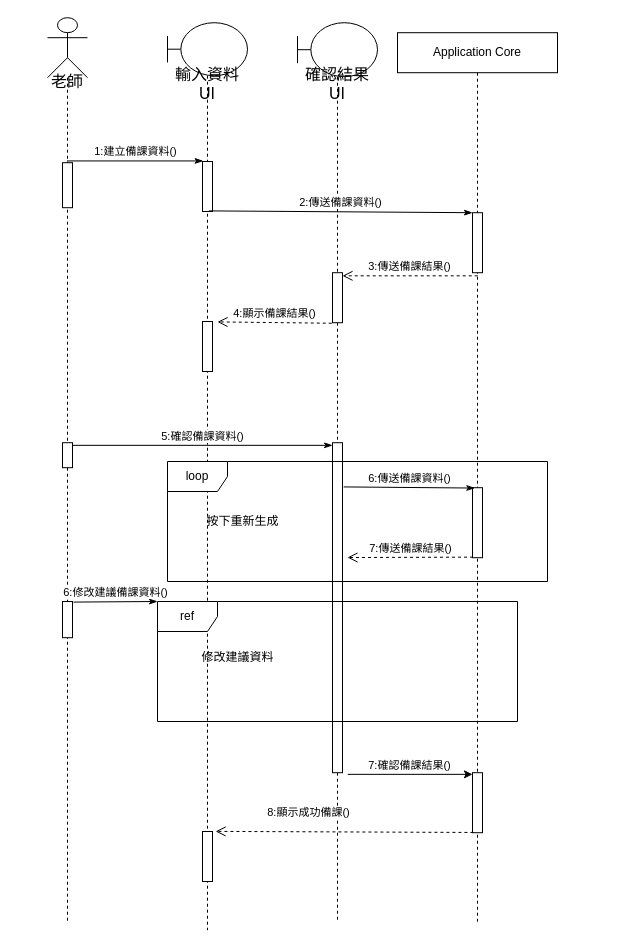
The draw.io diagram UI循序圖(建立備課資料並修改建議資料) copy.drawio in Kevincheng0804/System-analysis, before the edit. Source tidied: cells renumbered, new cells numbered last; positions are measured from the earlier drawing's top-left corner, leaving out a move shared by most shapes. Both pictures are drawn from the tidied source at 100%, with x=0, y=0 at pixel (47, 17).
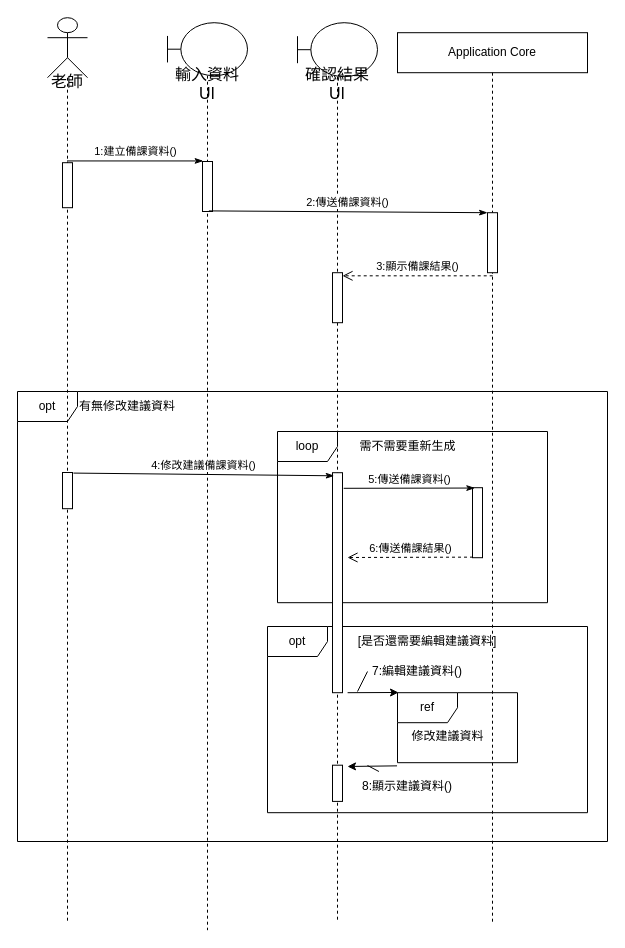
The same diagram, later.

Unchanged cells that the change refers to:
```xml
<mxCell id="2" value="&lt;p&gt;&lt;font style=&quot;font-size: 16px;&quot;&gt;老師&lt;/font&gt;&lt;/p&gt;" style="shape=umlLifeline;participant=umlActor;perimeter=lifelinePerimeter;whiteSpace=wrap;html=1;verticalAlign=top;spacingTop=36;outlineConnect=0;size=60;align=center;" parent="1" vertex="1">
  <mxGeometry y="0.2" width="40" height="905" as="geometry" />
</mxCell>
<mxCell id="6" value="輸入資料UI" style="shape=umlLifeline;participant=umlBoundary;perimeter=lifelinePerimeter;whiteSpace=wrap;html=1;verticalAlign=top;spacingTop=36;fontSize=16;size=53;" parent="1" vertex="1">
  <mxGeometry x="120" y="5.2" width="80" height="907.5" as="geometry" />
</mxCell>
<mxCell id="10" value="確認結果UI" style="shape=umlLifeline;participant=umlBoundary;perimeter=lifelinePerimeter;whiteSpace=wrap;html=1;verticalAlign=top;spacingTop=36;fontSize=16;size=54;" parent="1" vertex="1">
  <mxGeometry x="250" y="5.2" width="80" height="900" as="geometry" />
</mxCell>
<mxCell id="11" style="html=1;points=[];perimeter=orthogonalPerimeter;" parent="10" vertex="1">
  <mxGeometry x="35" y="250" width="10" height="50" as="geometry" />
</mxCell>
<mxCell id="17" style="html=1;points=[];perimeter=orthogonalPerimeter;" parent="15" vertex="1">
  <mxGeometry x="75" y="455" width="10" height="70" as="geometry" />
</mxCell>
```

Change to the diagram source:
```diff
@@
+    <mxCell id="31" value="opt" style="shape=umlFrame;whiteSpace=wrap;html=1;" parent="1" vertex="1">
+      <mxGeometry x="-30" y="374" width="590" height="450" as="geometry" />
+    </mxCell>
@@
-    <mxCell id="4" style="html=1;points=[];perimeter=orthogonalPerimeter;" parent="2" vertex="1">
-      <mxGeometry x="15" y="425" width="10" height="25" as="geometry" />
-    </mxCell>
     <mxCell id="5" style="html=1;points=[];perimeter=orthogonalPerimeter;" parent="2" vertex="1">
-      <mxGeometry x="15" y="583.8" width="10" height="36.2" as="geometry" />
+      <mxGeometry x="15" y="454.8" width="10" height="36.2" as="geometry" />
     </mxCell>
@@
-    <mxCell id="8" style="html=1;points=[];perimeter=orthogonalPerimeter;" parent="6" vertex="1">
-      <mxGeometry x="35" y="808.8" width="10" height="50" as="geometry" />
-    </mxCell>
-    <mxCell id="9" style="html=1;points=[];perimeter=orthogonalPerimeter;" parent="6" vertex="1">
-      <mxGeometry x="35" y="298.8" width="10" height="50" as="geometry" />
-    </mxCell>
@@
-    <mxCell id="12" style="html=1;points=[];perimeter=orthogonalPerimeter;" parent="10" vertex="1">
-      <mxGeometry x="35" y="420" width="10" height="330" as="geometry" />
-    </mxCell>
-    <mxCell id="13" value="ref" style="shape=umlFrame;whiteSpace=wrap;html=1;" parent="10" vertex="1">
-      <mxGeometry x="-140" y="578.8" width="360" height="120" as="geometry" />
-    </mxCell>
-    <mxCell id="14" value="6:修改建議備課資料()" style="html=1;verticalAlign=bottom;endArrow=classicThin;endFill=1;exitX=1.092;exitY=0.016;exitDx=0;exitDy=0;exitPerimeter=0;" parent="10" edge="1" source="5">
-      <mxGeometry relative="1" as="geometry">
-        <mxPoint x="-140" y="578.8" as="targetPoint" />
-      </mxGeometry>
-    </mxCell>
+    <mxCell id="32" style="html=1;perimeter=orthogonalPerimeter;" parent="10" vertex="1">
+      <mxGeometry x="35" y="742.5" width="10" height="36.2" as="geometry" />
+    </mxCell>
     <mxCell id="15" value="Application Core" style="shape=umlLifeline;perimeter=lifelinePerimeter;whiteSpace=wrap;html=1;" parent="1" vertex="1">
-      <mxGeometry x="350" y="15.2" width="160" height="890" as="geometry" />
+      <mxGeometry x="350" y="15.2" width="190" height="890" as="geometry" />
     </mxCell>
+    <mxCell id="33" value="opt" style="shape=umlFrame;whiteSpace=wrap;html=1;" parent="15" vertex="1">
+      <mxGeometry x="-130" y="593.8" width="320" height="186.2" as="geometry" />
+    </mxCell>
     <mxCell id="16" style="html=1;points=[];perimeter=orthogonalPerimeter;" parent="15" vertex="1">
-      <mxGeometry x="75" y="180" width="10" height="60" as="geometry" />
+      <mxGeometry x="90" y="180" width="10" height="60" as="geometry" />
     </mxCell>
@@
-    <mxCell id="18" style="html=1;points=[];perimeter=orthogonalPerimeter;" parent="15" vertex="1">
-      <mxGeometry x="75" y="740" width="10" height="60" as="geometry" />
-    </mxCell>
+    <mxCell id="13" value="ref" style="shape=umlFrame;whiteSpace=wrap;html=1;" parent="15" vertex="1">
+      <mxGeometry y="660" width="120" height="70" as="geometry" />
+    </mxCell>
+    <mxCell id="30" value="修改建議資料" style="text;html=1;align=center;verticalAlign=middle;strokeColor=none;fillColor=none;" parent="15" vertex="1">
+      <mxGeometry y="688.8" width="100" height="30" as="geometry" />
+    </mxCell>
+    <mxCell id="29" value="loop" style="shape=umlFrame;whiteSpace=wrap;html=1;" parent="15" vertex="1">
+      <mxGeometry x="-120" y="398.8" width="270" height="171.2" as="geometry" />
+    </mxCell>
+    <mxCell id="26" value="需不需要重新生成" style="text;html=1;align=center;verticalAlign=middle;strokeColor=none;fillColor=none;" parent="15" vertex="1">
+      <mxGeometry x="-50" y="398.8" width="120" height="30" as="geometry" />
+    </mxCell>
+    <mxCell id="34" style="html=1;perimeter=orthogonalPerimeter;" parent="15" vertex="1">
+      <mxGeometry x="-65" y="440" width="10" height="220" as="geometry" />
+    </mxCell>
+    <mxCell id="35" value="[是否還需要編輯建議資料]" style="text;html=1;align=center;verticalAlign=middle;whiteSpace=wrap;rounded=0;" parent="15" vertex="1">
+      <mxGeometry x="-50" y="593.8" width="160" height="30" as="geometry" />
+    </mxCell>
+    <mxCell id="36" value="7:編輯建議資料()" style="text;html=1;align=center;verticalAlign=middle;whiteSpace=wrap;rounded=0;" parent="15" vertex="1">
+      <mxGeometry x="-30" y="623.8" width="100" height="30" as="geometry" />
+    </mxCell>
+    <mxCell id="37" style="endArrow=classic;html=1;rounded=0;exitX=-0.004;exitY=1.045;exitDx=0;exitDy=0;exitPerimeter=0;elbow=vertical;" parent="15" edge="1" source="13">
+      <mxGeometry relative="1" as="geometry">
+        <mxPoint x="-50" y="733.8" as="targetPoint" />
+      </mxGeometry>
+    </mxCell>
+    <mxCell id="38" value="8:顯示建議資料()" style="text;html=1;align=center;verticalAlign=middle;whiteSpace=wrap;rounded=0;" parent="15" vertex="1">
+      <mxGeometry x="-40" y="738.8" width="100" height="30" as="geometry" />
+    </mxCell>
@@
-    <mxCell id="21" value="3:傳送備課結果()" style="html=1;verticalAlign=bottom;endArrow=open;dashed=1;endSize=8;exitX=0.521;exitY=1.052;exitDx=0;exitDy=0;exitPerimeter=0;" parent="1" edge="1" source="16" target="11">
+    <mxCell id="21" value="3:顯示備課結果()" style="html=1;verticalAlign=bottom;endArrow=open;dashed=1;endSize=8;exitX=0.521;exitY=1.052;exitDx=0;exitDy=0;exitPerimeter=0;" parent="1" edge="1" source="16" target="11">
       <mxGeometry relative="1" as="geometry" />
     </mxCell>
-    <mxCell id="22" value="4:顯示備課結果()" style="html=1;verticalAlign=bottom;endArrow=open;dashed=1;endSize=8;exitX=-0.076;exitY=1.011;exitDx=0;exitDy=0;exitPerimeter=0;entryX=1.497;entryY=0.008;entryDx=0;entryDy=0;entryPerimeter=0;" parent="1" edge="1" source="11" target="9">
-      <mxGeometry relative="1" as="geometry" />
-    </mxCell>
-    <mxCell id="23" value="5:確認備課資料()" style="html=1;verticalAlign=bottom;endArrow=classicThin;endFill=1;entryX=0.003;entryY=0.008;entryDx=0;entryDy=0;entryPerimeter=0;" parent="1" edge="1" source="4" target="12">
-      <mxGeometry relative="1" as="geometry" />
-    </mxCell>
-    <mxCell id="24" value="6:傳送備課資料()" style="html=1;verticalAlign=bottom;endArrow=classicThin;endFill=1;entryX=0.231;entryY=0.005;entryDx=0;entryDy=0;entryPerimeter=0;exitX=1.116;exitY=0.134;exitDx=0;exitDy=0;exitPerimeter=0;" parent="1" edge="1" source="12" target="17">
-      <mxGeometry relative="1" as="geometry" />
+    <mxCell id="24" value="5:傳送備課資料()" style="html=1;verticalAlign=bottom;endArrow=classicThin;endFill=1;entryX=0.231;entryY=0.005;entryDx=0;entryDy=0;entryPerimeter=0;exitX=1.116;exitY=0.134;exitDx=0;exitDy=0;exitPerimeter=0;" parent="1" edge="1" target="17">
+      <mxGeometry relative="1" as="geometry">
+        <mxPoint x="296.2" y="470.8" as="sourcePoint" />
+      </mxGeometry>
     </mxCell>
-    <mxCell id="25" value="7:傳送備課結果()" style="html=1;verticalAlign=bottom;endArrow=open;dashed=1;endSize=8;exitX=0.052;exitY=0.992;exitDx=0;exitDy=0;exitPerimeter=0;entryX=1.497;entryY=0.348;entryDx=0;entryDy=0;entryPerimeter=0;" parent="1" edge="1" source="17" target="12">
-      <mxGeometry relative="1" as="geometry" />
+    <mxCell id="25" value="6:傳送備課結果()" style="html=1;verticalAlign=bottom;endArrow=open;dashed=1;endSize=8;exitX=0.052;exitY=0.992;exitDx=0;exitDy=0;exitPerimeter=0;" parent="1" edge="1" source="17">
+      <mxGeometry relative="1" as="geometry">
+        <mxPoint x="300" y="540" as="targetPoint" />
+      </mxGeometry>
     </mxCell>
-    <mxCell id="26" value="按下重新生成" style="text;html=1;align=center;verticalAlign=middle;strokeColor=none;fillColor=none;" parent="1" vertex="1">
-      <mxGeometry x="145" y="489" width="100" height="30" as="geometry" />
-    </mxCell>
-    <mxCell id="27" value="7:確認備課結果()" style="html=1;verticalAlign=bottom;endArrow=classic;endFill=1;exitX=1.521;exitY=1.005;exitDx=0;exitDy=0;exitPerimeter=0;" parent="1" edge="1" source="12" target="18">
-      <mxGeometry relative="1" as="geometry" />
-    </mxCell>
-    <mxCell id="28" value="8:顯示成功備課()" style="html=1;verticalAlign=bottom;endArrow=open;dashed=1;endSize=8;exitX=0.092;exitY=0.996;exitDx=0;exitDy=0;exitPerimeter=0;entryX=1.307;entryY=-0.002;entryDx=0;entryDy=0;entryPerimeter=0;" parent="1" edge="1" source="18" target="8">
-      <mxGeometry x="0.28" y="-10" relative="1" as="geometry" />
-    </mxCell>
-    <mxCell id="29" value="loop" style="shape=umlFrame;whiteSpace=wrap;html=1;" parent="1" vertex="1">
-      <mxGeometry x="120" y="444" width="380" height="120" as="geometry" />
-    </mxCell>
-    <mxCell id="30" value="修改建議資料" style="text;html=1;align=center;verticalAlign=middle;strokeColor=none;fillColor=none;" parent="1" vertex="1">
-      <mxGeometry x="140" y="625.2" width="100" height="30" as="geometry" />
-    </mxCell>
+    <mxCell id="14" value="4:修改建議備課資料()" style="html=1;verticalAlign=bottom;endArrow=classicThin;endFill=1;exitX=1.092;exitY=0.016;exitDx=0;exitDy=0;exitPerimeter=0;entryX=0.167;entryY=0.022;entryDx=0;entryDy=0;entryPerimeter=0;" parent="1" edge="1" source="5">
+      <mxGeometry relative="1" as="geometry">
+        <mxPoint x="286.7" y="458.3" as="targetPoint" />
+      </mxGeometry>
+    </mxCell>
+    <mxCell id="39" value="有無修改建議資料" style="text;html=1;align=center;verticalAlign=middle;whiteSpace=wrap;rounded=0;" parent="1" vertex="1">
+      <mxGeometry x="15" y="374" width="130" height="30" as="geometry" />
+    </mxCell>
+    <mxCell id="40" style="endArrow=classic;html=1;rounded=0;exitX=0.219;exitY=0.214;exitDx=0;exitDy=0;exitPerimeter=0;elbow=vertical;" parent="1" edge="1">
+      <mxGeometry relative="1" as="geometry">
+        <mxPoint x="300.1" y="675.2" as="sourcePoint" />
+        <mxPoint x="351" y="675" as="targetPoint" />
+      </mxGeometry>
+    </mxCell>
+    <mxCell id="41" style="endArrow=none;html=1;rounded=0;entryX=0;entryY=0.5;entryDx=0;entryDy=0;" parent="1" edge="1" target="36">
+      <mxGeometry relative="1" as="geometry">
+        <mxPoint x="310" y="674" as="sourcePoint" />
+      </mxGeometry>
+    </mxCell>
+    <mxCell id="42" style="endArrow=none;html=1;rounded=0;" parent="1" edge="1" target="38">
+      <mxGeometry relative="1" as="geometry">
+        <mxPoint x="320" y="748" as="sourcePoint" />
+      </mxGeometry>
+    </mxCell>
```
